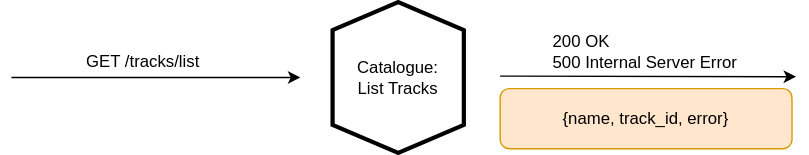
Before: design/catalogue-list-tracks.drawio.svg, a diagram exported from draw.io (milesmfe/Shamzam). Source tidied: cells renumbered, new cells last; positions are measured from the earlier drawing's top-left corner, leaving out a move shared by most shapes.
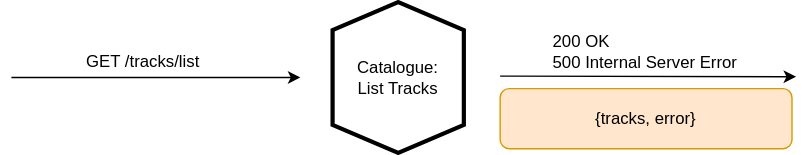
The same diagram one commit later.

Commit message:
Update endpoint diagrams and add get track diagram

Diff of the diagram source:
```diff
@@ -23,7 +23,7 @@
     <mxCell id="6" value="200 OK&lt;div&gt;&lt;span style=&quot;background-color: transparent; color: light-dark(rgb(0, 0, 0), rgb(255, 255, 255));&quot;&gt;500 Internal Server Error&lt;/span&gt;&lt;/div&gt;" style="text;html=1;align=left;verticalAlign=middle;strokeColor=none;fillColor=none;" parent="1" vertex="1">
       <mxGeometry x="386" y="8" width="150" height="41" as="geometry" />
     </mxCell>
-    <mxCell id="7" value="{name, track_id, error}" style="rounded=1;whiteSpace=wrap;html=1;fillColor=#ffe6cc;strokeColor=#d79b00;align=center;" parent="1" vertex="1">
+    <mxCell id="7" value="{tracks, error}" style="rounded=1;whiteSpace=wrap;html=1;fillColor=#ffe6cc;strokeColor=#d79b00;align=center;" parent="1" vertex="1">
       <mxGeometry x="350" y="55" width="209" height="43" as="geometry" />
     </mxCell>
   </root>
```
